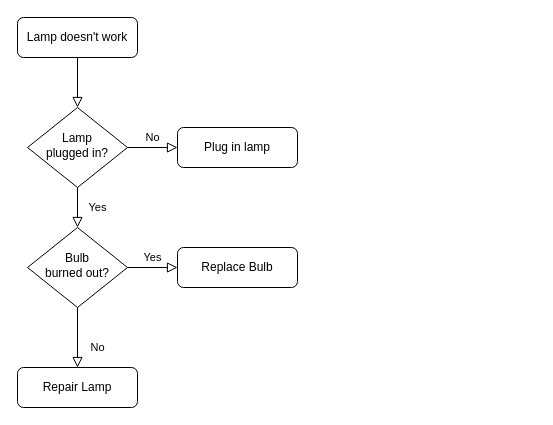
The draw.io diagram css/Untitled Diagram.drawio in isaacwaweru/tours, before the edit. Source tidied: cells renumbered, new cells numbered last; positions are measured from the earlier drawing's top-left corner, leaving out a move shared by most shapes. Both pictures are drawn from the tidied source at 100%, with x=0, y=0 at pixel (17, 17).
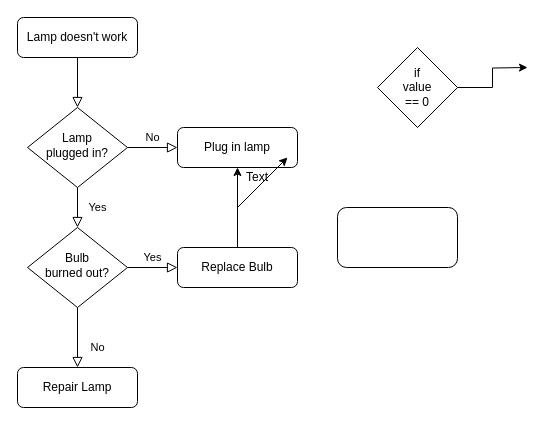
Above is the later version.

Unchanged cells that the change refers to:
```xml
<mxCell id="7" value="Plug in lamp" style="rounded=1;whiteSpace=wrap;html=1;fontSize=12;glass=0;strokeWidth=1;shadow=0;" parent="1" vertex="1">
  <mxGeometry x="160" y="110" width="120" height="40" as="geometry" />
</mxCell>
<mxCell id="12" value="Replace Bulb" style="rounded=1;whiteSpace=wrap;html=1;fontSize=12;glass=0;strokeWidth=1;shadow=0;" parent="1" vertex="1">
  <mxGeometry x="160" y="230" width="120" height="40" as="geometry" />
</mxCell>
```

The edit, as a diff of the source:
```diff
@@
+    <mxCell id="13" style="endArrow=classic;html=1;entryX=0.5;entryY=1;entryDx=0;entryDy=0;" parent="1" edge="1" source="12" target="7">
+      <mxGeometry relative="1" as="geometry" />
+    </mxCell>
+    <mxCell id="14" style="edgeStyle=orthogonalEdgeStyle;rounded=0;jettySize=auto;html=1;exitX=1;exitY=0.5;exitDx=0;exitDy=0;" parent="1" edge="1" source="15">
+      <mxGeometry relative="1" as="geometry">
+        <mxPoint x="510" y="50" as="targetPoint" />
+      </mxGeometry>
+    </mxCell>
+    <mxCell id="15" style="rhombus;whiteSpace=wrap;html=1;" parent="1" vertex="1">
+      <mxGeometry x="360" y="30" width="80" height="80" as="geometry" />
+    </mxCell>
+    <mxCell id="16" style="endArrow=classic;html=1;" parent="1" edge="1">
+      <mxGeometry relative="1" as="geometry">
+        <mxPoint x="220" y="190" as="sourcePoint" />
+        <mxPoint x="270" y="140" as="targetPoint" />
+      </mxGeometry>
+    </mxCell>
+    <mxCell id="17" value="Text" style="text;html=1;strokeColor=none;fillColor=none;align=center;verticalAlign=middle;whiteSpace=wrap;rounded=0;" parent="1" vertex="1">
+      <mxGeometry x="220" y="150" width="40" height="20" as="geometry" />
+    </mxCell>
+    <mxCell id="18" value="if value == 0" style="text;html=1;strokeColor=none;fillColor=none;align=center;verticalAlign=middle;whiteSpace=wrap;rounded=0;" parent="1" vertex="1">
+      <mxGeometry x="380" y="60" width="40" height="20" as="geometry" />
+    </mxCell>
+    <mxCell id="19" style="rounded=1;whiteSpace=wrap;html=1;" parent="1" vertex="1">
+      <mxGeometry x="320" y="190" width="120" height="60" as="geometry" />
+    </mxCell>
```
